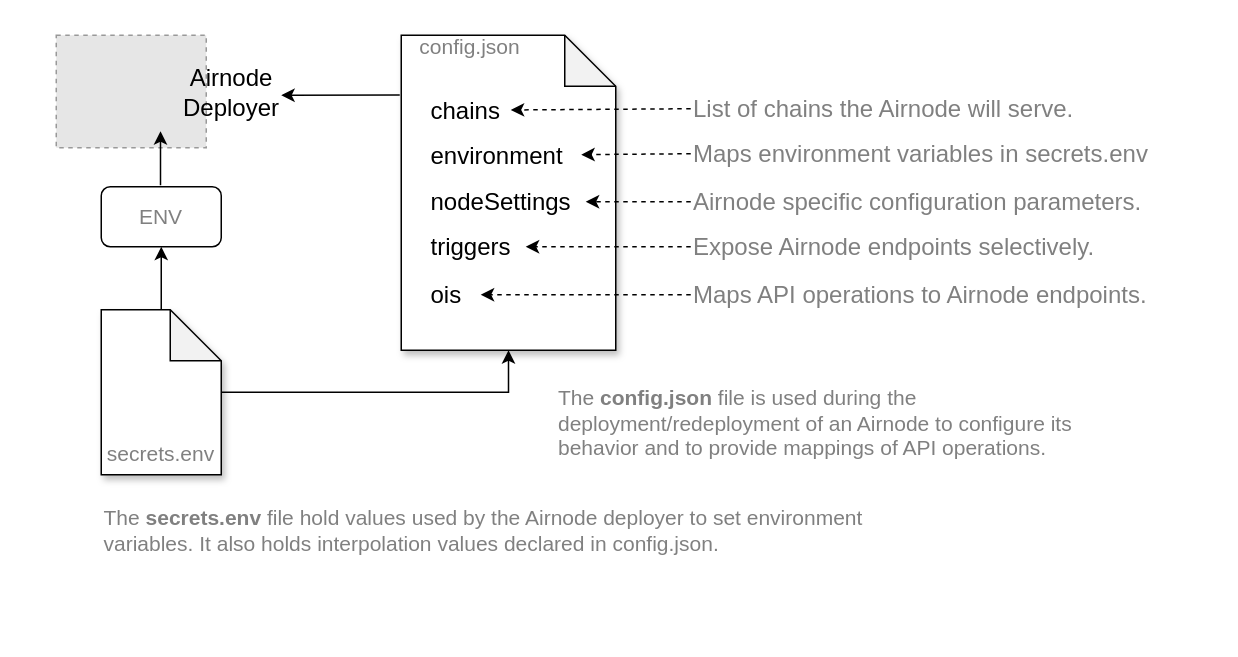
This is docs/airnode/next/assets/diagrams/config-json.drawio from api3dao/old-api3-docs, a draw.io file, before an edit. Source tidied: cells renumbered, new cells numbered last; positions are measured from the earlier drawing's top-left corner, leaving out a move shared by most shapes. Both pictures are drawn from the tidied source at 150%, with x=0, y=0 at pixel (56, 32). Pictures stored in the file or linked from it are replaced by grey dashed boxes.
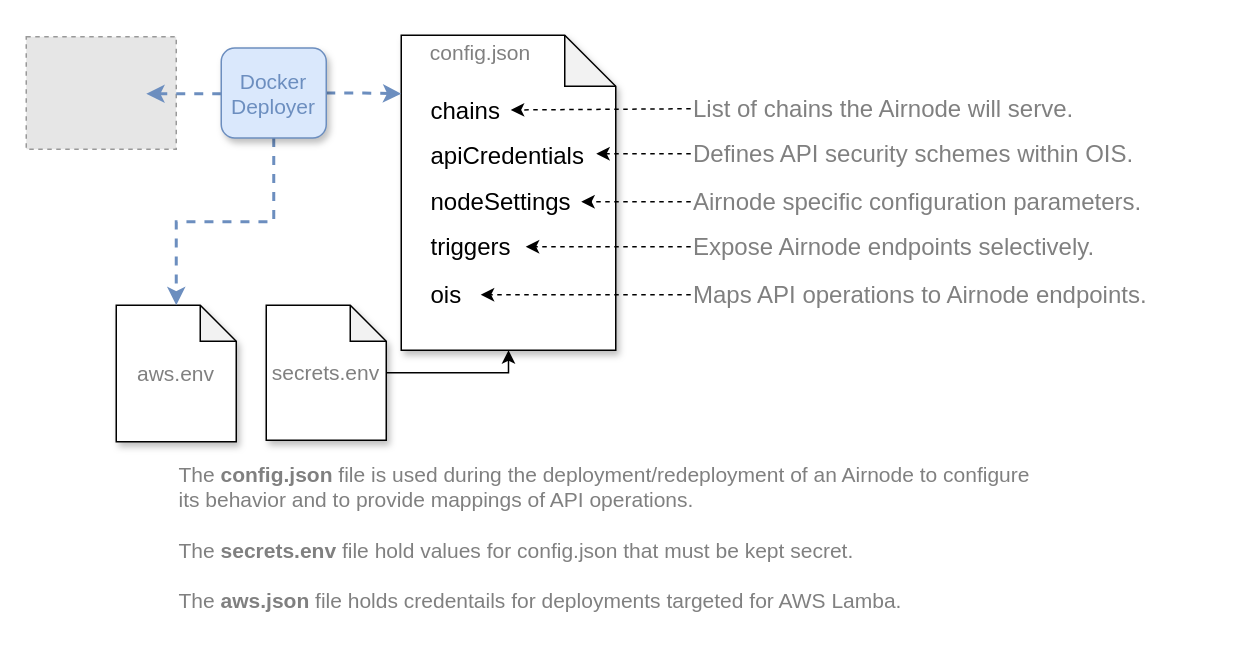
The same diagram, later.

Unchanged cells that the change refers to:
```xml
<mxCell id="2" style="shape=note;whiteSpace=wrap;html=1;backgroundOutline=1;darkOpacity=0.05;fontSize=14;size=34;shadow=1;" parent="1" vertex="1">
  <mxGeometry x="230" y="2" width="143" height="210" as="geometry" />
</mxCell>
<mxCell id="5" value="Airnode specific configuration parameters." style="text;html=1;strokeColor=none;fillColor=none;align=left;verticalAlign=middle;whiteSpace=wrap;rounded=0;sketch=0;fontSize=16;fontColor=#808080;" parent="1" vertex="1">
  <mxGeometry x="423" y="103" width="327" height="20" as="geometry" />
</mxCell>
<mxCell id="16" value="&lt;font style=&quot;font-size: 16px&quot;&gt;nodeSettings&lt;br&gt;&lt;/font&gt;" style="text;html=1;strokeColor=none;fillColor=none;align=left;verticalAlign=middle;whiteSpace=wrap;rounded=0;" parent="1" vertex="1">
  <mxGeometry x="248" y="103" width="105" height="20" as="geometry" />
</mxCell>
```

The edit, as a diff of the source:
```diff
@@
-    <mxCell id="6" value="&lt;font style=&quot;font-size: 14px&quot;&gt;&lt;br class=&quot;Apple-interchange-newline&quot; style=&quot;font-size: 14px&quot;&gt;The &lt;b style=&quot;font-size: 14px&quot;&gt;config.json&lt;/b&gt; file is used during the deployment/redeployment of an Airnode to configure its behavior and to provide mappings of API operations.&lt;/font&gt;" style="text;html=1;strokeColor=none;fillColor=none;align=left;verticalAlign=middle;whiteSpace=wrap;rounded=0;shadow=1;sketch=0;fontSize=14;fontColor=#808080;" parent="1" vertex="1">
-      <mxGeometry x="333" y="242" width="360" height="20" as="geometry" />
-    </mxCell>
     <mxCell id="7" value="config.json" style="text;html=1;strokeColor=none;fillColor=none;align=center;verticalAlign=middle;whiteSpace=wrap;rounded=0;shadow=1;sketch=0;fontColor=#808080;fontSize=14;" parent="1" vertex="1">
-      <mxGeometry x="255.5" width="40" height="20" as="geometry" />
+      <mxGeometry x="258" y="4" width="50" height="20" as="geometry" />
     </mxCell>
-    <mxCell id="8" style="edgeStyle=orthogonalEdgeStyle;rounded=0;jettySize=auto;html=1;fontSize=14;fontColor=#808080;" parent="1" edge="1" source="10" target="29">
-      <mxGeometry relative="1" as="geometry" />
-    </mxCell>
     <mxCell id="9" style="edgeStyle=orthogonalEdgeStyle;rounded=0;jettySize=auto;html=1;entryX=0.5;entryY=1;entryDx=0;entryDy=0;entryPerimeter=0;" parent="1" edge="1" source="10" target="2">
-      <mxGeometry relative="1" as="geometry" />
+      <mxGeometry relative="1" as="geometry">
+        <Array as="points">
+          <mxPoint x="302" y="227" />
+        </Array>
+      </mxGeometry>
     </mxCell>
-    <mxCell id="10" style="shape=note;whiteSpace=wrap;html=1;backgroundOutline=1;darkOpacity=0.05;fontSize=14;size=34;shadow=1;" parent="1" vertex="1">
-      <mxGeometry x="30" y="185" width="80" height="110" as="geometry" />
+    <mxCell id="10" value="&lt;span style=&quot;color: rgb(128 , 128 , 128)&quot;&gt;secrets.env&lt;/span&gt;" style="shape=note;whiteSpace=wrap;html=1;backgroundOutline=1;darkOpacity=0.05;fontSize=14;size=24;shadow=1;" parent="1" vertex="1">
+      <mxGeometry x="140" y="182" width="80" height="90" as="geometry" />
     </mxCell>
-    <mxCell id="11" value="secrets.env" style="text;html=1;strokeColor=none;fillColor=none;align=center;verticalAlign=middle;whiteSpace=wrap;rounded=0;shadow=1;sketch=0;fontColor=#808080;fontSize=14;" parent="1" vertex="1">
-      <mxGeometry x="50" y="271" width="40" height="20" as="geometry" />
-    </mxCell>
-    <mxCell id="12" value="&lt;font style=&quot;font-size: 14px&quot;&gt;The &lt;b style=&quot;font-size: 14px&quot;&gt;secrets.env&lt;/b&gt; file hold values used by the Airnode deployer to set environment variables. It also holds&lt;span style=&quot;font-size: 14px&quot;&gt;&amp;nbsp;interpolation values declared in config.json&lt;/span&gt;.&lt;/font&gt;" style="text;html=1;strokeColor=none;fillColor=none;align=left;verticalAlign=middle;whiteSpace=wrap;rounded=0;shadow=1;sketch=0;fontSize=14;fontColor=#808080;" parent="1" vertex="1">
-      <mxGeometry x="30" y="322" width="530" height="20" as="geometry" />
+    <mxCell id="12" value="&lt;font style=&quot;font-size: 14px&quot;&gt;The&amp;nbsp;&lt;b&gt;config.json&lt;/b&gt;&amp;nbsp;file is used during the deployment/redeployment of an Airnode to configure its behavior and to provide mappings of API operations.&lt;br&gt;&lt;br&gt;The &lt;b style=&quot;font-size: 14px&quot;&gt;secrets.env&lt;/b&gt; file hold values for&lt;span style=&quot;font-size: 14px&quot;&gt;&amp;nbsp;config.json that must be kept secret&lt;/span&gt;.&lt;br&gt;&lt;br&gt;The &lt;b&gt;aws.json&lt;/b&gt; file holds credentails for deployments targeted for AWS Lamba.&lt;br&gt;&lt;/font&gt;" style="text;html=1;strokeColor=none;fillColor=none;align=left;verticalAlign=middle;whiteSpace=wrap;rounded=0;shadow=1;sketch=0;fontSize=14;fontColor=#808080;" parent="1" vertex="1">
+      <mxGeometry x="80" y="282" width="580" height="110" as="geometry" />
     </mxCell>
@@
-    <mxCell id="15" value="&lt;font style=&quot;font-size: 16px&quot;&gt;environment&lt;/font&gt;" style="text;html=1;strokeColor=none;fillColor=none;align=left;verticalAlign=middle;whiteSpace=wrap;rounded=0;" parent="1" vertex="1">
+    <mxCell id="15" value="&lt;font style=&quot;font-size: 16px&quot;&gt;apiCredentials&lt;/font&gt;" style="text;html=1;strokeColor=none;fillColor=none;align=left;verticalAlign=middle;whiteSpace=wrap;rounded=0;" parent="1" vertex="1">
       <mxGeometry x="248" y="72" width="102" height="20" as="geometry" />
     </mxCell>
@@
-    <mxCell id="20" style="endArrow=classic;html=1;dashed=1;entryX=1;entryY=0.5;entryDx=0;entryDy=0;" parent="1" edge="1" source="5" target="16">
-      <mxGeometry relative="1" as="geometry" />
+    <mxCell id="20" style="endArrow=classic;html=1;dashed=1;" parent="1" edge="1" source="5">
+      <mxGeometry relative="1" as="geometry">
+        <mxPoint x="350" y="113" as="targetPoint" />
+      </mxGeometry>
     </mxCell>
-    <mxCell id="21" value="Maps environment variables in secrets.env" style="text;html=1;strokeColor=none;fillColor=none;align=left;verticalAlign=middle;whiteSpace=wrap;rounded=0;sketch=0;fontSize=16;fontColor=#808080;" parent="1" vertex="1">
+    <mxCell id="21" value="Defines API security schemes within OIS." style="text;html=1;strokeColor=none;fillColor=none;align=left;verticalAlign=middle;whiteSpace=wrap;rounded=0;sketch=0;fontSize=16;fontColor=#808080;" parent="1" vertex="1">
       <mxGeometry x="423" y="71" width="347" height="20" as="geometry" />
     </mxCell>
-    <mxCell id="22" style="endArrow=classic;html=1;dashed=1;exitX=0;exitY=0.5;exitDx=0;exitDy=0;" parent="1" edge="1" source="21" target="15">
-      <mxGeometry relative="1" as="geometry" />
+    <mxCell id="22" style="endArrow=classic;html=1;dashed=1;exitX=0;exitY=0.5;exitDx=0;exitDy=0;" parent="1" edge="1" source="21">
+      <mxGeometry relative="1" as="geometry">
+        <mxPoint x="360" y="81" as="targetPoint" />
+      </mxGeometry>
     </mxCell>
@@
     <mxCell id="25" style="fillColor=#E6E6E6;strokeColor=#999999;dashed=1;verticalLabelPosition=bottom;labelBackgroundColor=#ffffff;verticalAlign=top;" parent="1" vertex="1">
-      <mxGeometry y="2" width="100" height="75" as="geometry" />
+      <mxGeometry x="-20" y="3" width="100" height="75" as="geometry" />
     </mxCell>
-    <mxCell id="26" value="&lt;font style=&quot;font-size: 16px&quot;&gt;Airnode&lt;br&gt;Deployer&lt;/font&gt;" style="text;html=1;strokeColor=none;fillColor=none;align=center;verticalAlign=middle;whiteSpace=wrap;rounded=0;" parent="1" vertex="1">
-      <mxGeometry x="97" y="29.5" width="40" height="20" as="geometry" />
-    </mxCell>
+    <mxCell id="30" value="&lt;font style=&quot;font-size: 14px&quot; color=&quot;#808080&quot;&gt;aws.env&lt;/font&gt;" style="shape=note;whiteSpace=wrap;html=1;backgroundOutline=1;darkOpacity=0.05;size=24;shadow=1;" parent="1" vertex="1">
+      <mxGeometry x="40" y="182" width="80" height="91" as="geometry" />
+    </mxCell>
-    <mxCell id="27" style="endArrow=classic;html=1;" parent="1" edge="1">
+    <mxCell id="27" style="endArrow=classic;html=1;dashed=1;strokeWidth=2;strokeColor=#6C8EBF;fontColor=#6C8EBF;" parent="1" edge="1">
       <mxGeometry relative="1" as="geometry">
-        <mxPoint x="69.5" y="102" as="sourcePoint" />
-        <mxPoint x="69.5" y="66" as="targetPoint" />
+        <mxPoint x="110" y="41" as="sourcePoint" />
+        <mxPoint x="60" y="41" as="targetPoint" />
       </mxGeometry>
     </mxCell>
-    <mxCell id="28" style="endArrow=classic;html=1;exitX=-0.007;exitY=0.19;exitDx=0;exitDy=0;exitPerimeter=0;" parent="1" edge="1" source="2">
-      <mxGeometry relative="1" as="geometry">
-        <mxPoint x="150" y="42" as="targetPoint" />
-      </mxGeometry>
-    </mxCell>
-    <mxCell id="29" value="ENV" style="rounded=1;whiteSpace=wrap;html=1;fontSize=14;fontColor=#808080;" parent="1" vertex="1">
-      <mxGeometry x="30" y="103" width="80" height="40" as="geometry" />
-    </mxCell>
+    <mxCell id="31" style="edgeStyle=orthogonalEdgeStyle;rounded=0;jettySize=auto;html=1;entryX=0.5;entryY=0;entryDx=0;entryDy=0;entryPerimeter=0;dashed=1;strokeColor=#6C8EBF;strokeWidth=2;fontColor=#6C8EBF;" parent="1" edge="1" source="33" target="30">
+      <mxGeometry relative="1" as="geometry" />
+    </mxCell>
+    <mxCell id="32" style="edgeStyle=orthogonalEdgeStyle;rounded=0;jettySize=auto;html=1;entryX=0;entryY=0.186;entryDx=0;entryDy=0;entryPerimeter=0;dashed=1;strokeColor=#6C8EBF;strokeWidth=2;fontColor=#6C8EBF;" parent="1" edge="1" source="33" target="2">
+      <mxGeometry relative="1" as="geometry" />
+    </mxCell>
+    <mxCell id="33" value="&lt;font style=&quot;font-size: 14px&quot; color=&quot;#6c8ebf&quot;&gt;Docker&lt;br&gt;Deployer&lt;/font&gt;" style="rounded=1;whiteSpace=wrap;html=1;shadow=1;fillColor=#dae8fc;strokeColor=#6c8ebf;" parent="1" vertex="1">
+      <mxGeometry x="110" y="10.5" width="70" height="60" as="geometry" />
+    </mxCell>
```
